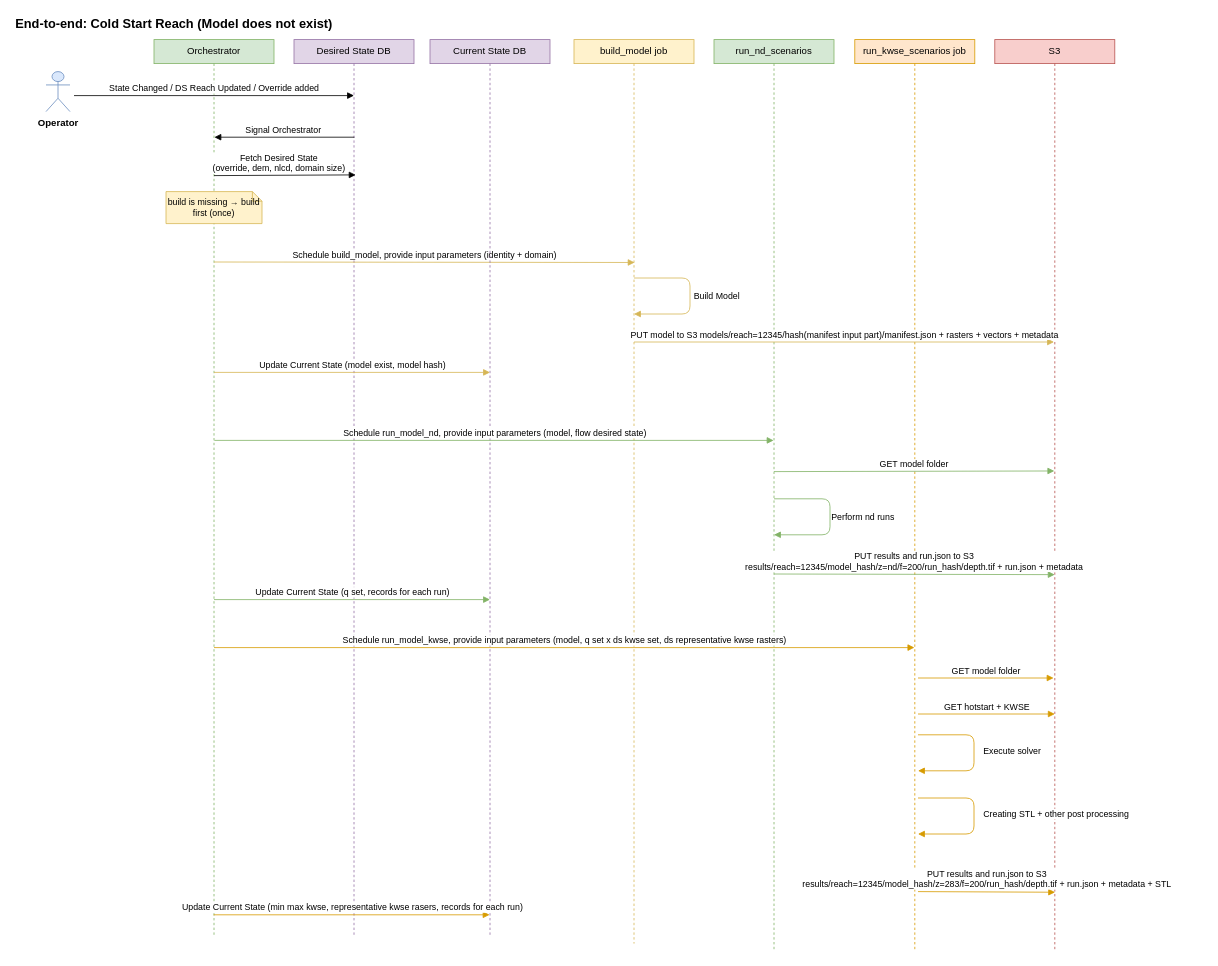
The draw.io diagram page "Run Sequence" (3 of 3) of system-design/diagrams.drawio in NOAA-OWP/twod-fim-knowledge-base, before the edit. Source tidied: cells renumbered, new cells numbered last; positions are measured from the earlier drawing's top-left corner, leaving out a move shared by most shapes. Both pictures are drawn from the tidied source at 80%, with x=0, y=0 at pixel (14, 14).
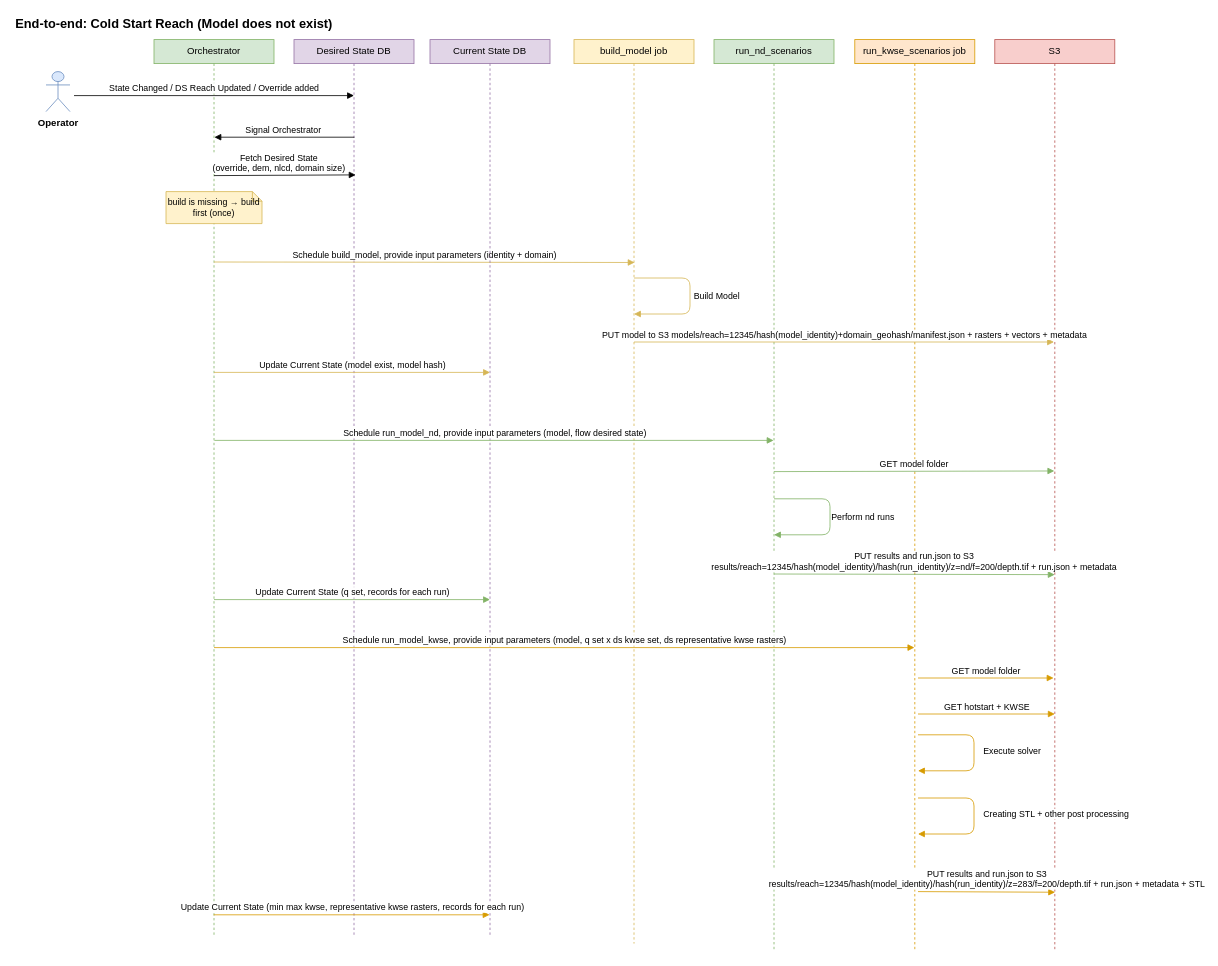
The same diagram, later.

What changed in the source:
```diff
@@
-    <mxCell id="12" value="PUT model to S3 models/reach=12345/hash(manifest input part)/manifest.json + rasters + vectors + metadata" style="html=1;verticalAlign=bottom;startArrow=none;endArrow=block;rounded=0;fillColor=#fff2cc;strokeColor=#d6b656;" parent="1" edge="1">
+    <mxCell id="12" value="PUT model to S3 models/reach=12345/hash(model_identity)+domain_geohash/manifest.json + rasters + vectors + metadata" style="html=1;verticalAlign=bottom;startArrow=none;endArrow=block;rounded=0;fillColor=#fff2cc;strokeColor=#d6b656;" parent="1" edge="1">
       <mxGeometry relative="1" as="geometry">
         <mxPoint x="775" y="410" as="sourcePoint" />
         <mxPoint x="1300" y="410" as="targetPoint" />
       </mxGeometry>
     </mxCell>
@@
-    <mxCell id="21" value="PUT results and run.json to S3&lt;br&gt;results/reach=12345/model_hash/z=nd/f=200/run_hash/depth.tif + run.json + metadata" style="html=1;verticalAlign=bottom;startArrow=none;endArrow=block;rounded=0;fillColor=#d5e8d4;strokeColor=#82b366;entryX=0.506;entryY=0.64;entryDx=0;entryDy=0;entryPerimeter=0;" parent="1" edge="1">
+    <mxCell id="21" value="PUT results and run.json to S3&lt;br&gt;results/reach=12345/hash(model_identity)/hash(run_identity)/z=nd/f=200/depth.tif + run.json + metadata" style="html=1;verticalAlign=bottom;startArrow=none;endArrow=block;rounded=0;fillColor=#d5e8d4;strokeColor=#82b366;entryX=0.506;entryY=0.64;entryDx=0;entryDy=0;entryPerimeter=0;" parent="1" edge="1">
       <mxGeometry relative="1" as="geometry">
         <mxPoint x="950" y="700" as="sourcePoint" />
         <mxPoint x="1300.9" y="700.8" as="targetPoint" />
       </mxGeometry>
     </mxCell>
@@
-    <mxCell id="25" value="PUT results and run.json to S3&lt;br&gt;results/reach=12345/model_hash/z=283/f=200/run_hash/depth.tif + run.json + metadata + STL" style="html=1;verticalAlign=bottom;startArrow=none;endArrow=block;rounded=0;fillColor=#ffe6cc;strokeColor=#d79b00;entryX=0.506;entryY=0.64;entryDx=0;entryDy=0;entryPerimeter=0;" parent="1" edge="1">
+    <mxCell id="25" value="PUT results and run.json to S3&lt;br&gt;results/reach=12345/hash(model_identity)/hash(run_identity)/z=283/f=200/depth.tif + run.json + metadata + STL" style="html=1;verticalAlign=bottom;startArrow=none;endArrow=block;rounded=0;fillColor=#ffe6cc;strokeColor=#d79b00;entryX=0.506;entryY=0.64;entryDx=0;entryDy=0;entryPerimeter=0;" parent="1" edge="1">
       <mxGeometry relative="1" as="geometry">
         <mxPoint x="1130" y="1097" as="sourcePoint" />
         <mxPoint x="1301.4" y="1097.8" as="targetPoint" />
       </mxGeometry>
     </mxCell>
@@
-    <mxCell id="27" value="Update Current State (min max kwse, representative kwse rasers, records for each run)" style="html=1;verticalAlign=bottom;startArrow=none;endArrow=block;rounded=0;fillColor=#ffe6cc;strokeColor=#d79b00;" parent="1" edge="1">
+    <mxCell id="27" value="Update Current State (min max kwse, representative kwse rasters, records for each run)" style="html=1;verticalAlign=bottom;startArrow=none;endArrow=block;rounded=0;fillColor=#ffe6cc;strokeColor=#d79b00;" parent="1" edge="1">
       <mxGeometry relative="1" as="geometry">
         <mxPoint x="249.5" y="1126" as="sourcePoint" />
         <mxPoint x="594.5" y="1126" as="targetPoint" />
       </mxGeometry>
     </mxCell>
```
